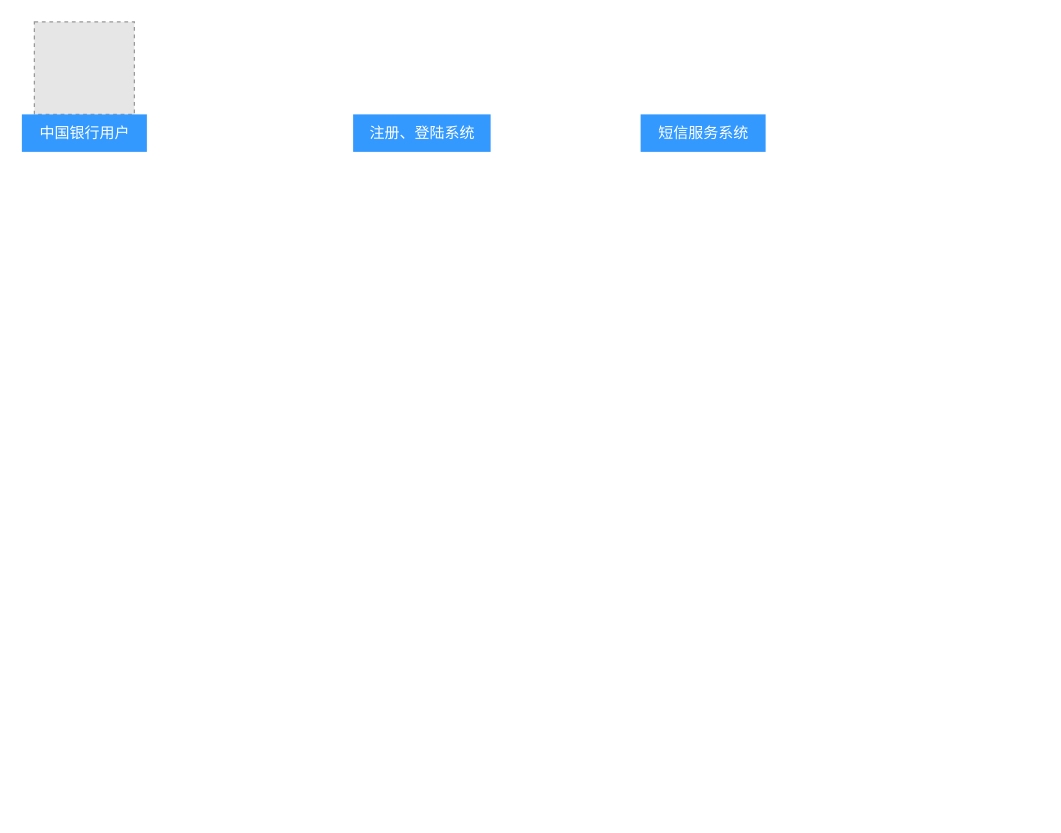
Before: 流程图.drawio in Foward-Fu/Demo, a draw.io diagram. Source tidied: cells renumbered, new cells numbered last; positions are measured from the earlier drawing's top-left corner, leaving out a move shared by most shapes. Both pictures are drawn from the tidied source at 125%, with x=0, y=0 at pixel (21, 21). Pictures stored in the file or linked from it are replaced by grey dashed boxes.
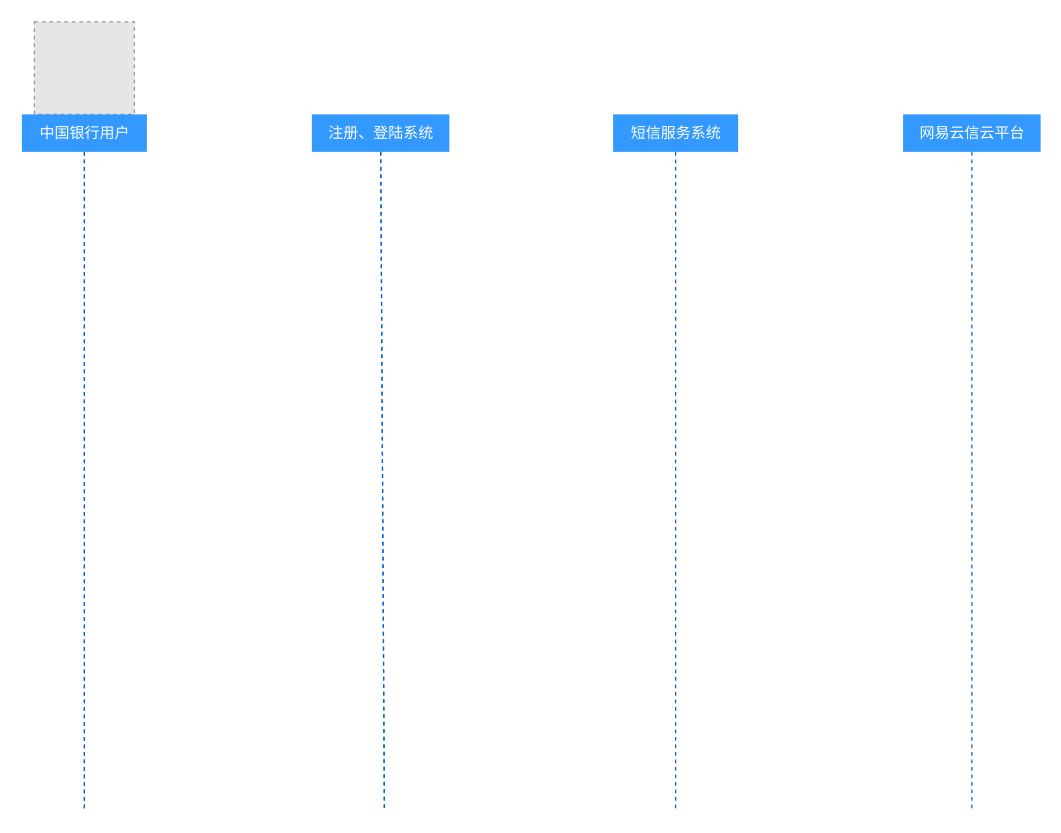
The same diagram, later.

Commit message (it also covers changes not shown here):
更新流程图.drawio

Change to the diagram source:
```diff
@@
 <mxGraphModel>
   <root>
     <mxCell id="0" />
     <mxCell id="1" parent="0" />
     <mxCell id="2" style="fillColor=#E6E6E6;strokeColor=#999999;dashed=1;verticalLabelPosition=bottom;labelBackgroundColor=#ffffff;verticalAlign=top;" parent="1" vertex="1">
       <mxGeometry x="10" width="80" height="74" as="geometry" />
     </mxCell>
+    <mxCell id="6" style="edgeStyle=none;rounded=0;jettySize=auto;html=1;fontColor=#FFFFFF;startArrow=none;startFill=0;endArrow=none;endFill=0;dashed=1;strokeColor=#0066CC;" parent="1" edge="1" source="3">
+      <mxGeometry relative="1" as="geometry">
+        <mxPoint x="50" y="630" as="targetPoint" />
+      </mxGeometry>
+    </mxCell>
     <mxCell id="3" value="&lt;font color=&quot;#ffffff&quot;&gt;中国银行用户&lt;/font&gt;" style="text;html=1;align=center;verticalAlign=middle;points=[];fillColor=#3399FF;strokeColor=none;rounded=0;" parent="1" vertex="1">
       <mxGeometry y="74" width="100" height="30" as="geometry" />
     </mxCell>
+    <mxCell id="7" style="edgeStyle=none;rounded=0;jettySize=auto;html=1;dashed=1;fontColor=#FFFFFF;startArrow=none;startFill=0;endArrow=none;endFill=0;strokeColor=#0066CC;" parent="1" edge="1" source="4">
+      <mxGeometry relative="1" as="geometry">
+        <mxPoint x="290" y="630" as="targetPoint" />
+      </mxGeometry>
+    </mxCell>
     <mxCell id="4" value="&lt;font color=&quot;#ffffff&quot;&gt;注册、登陆系统&lt;/font&gt;" style="text;html=1;align=center;verticalAlign=middle;points=[];fillColor=#3399FF;strokeColor=none;rounded=0;" parent="1" vertex="1">
-      <mxGeometry x="265" y="74" width="110" height="30" as="geometry" />
+      <mxGeometry x="232" y="74" width="110" height="30" as="geometry" />
     </mxCell>
+    <mxCell id="8" style="edgeStyle=none;rounded=0;jettySize=auto;html=1;dashed=1;fontColor=#FFFFFF;startArrow=none;startFill=0;endArrow=none;endFill=0;strokeColor=#0066CC;" parent="1" edge="1" source="5">
+      <mxGeometry relative="1" as="geometry">
+        <mxPoint x="523" y="630" as="targetPoint" />
+      </mxGeometry>
+    </mxCell>
     <mxCell id="5" value="&lt;font color=&quot;#ffffff&quot;&gt;短信服务系统&lt;/font&gt;" style="text;html=1;align=center;verticalAlign=middle;points=[];fillColor=#3399FF;strokeColor=none;rounded=0;" parent="1" vertex="1">
-      <mxGeometry x="495" y="74" width="100" height="30" as="geometry" />
+      <mxGeometry x="473" y="74" width="100" height="30" as="geometry" />
     </mxCell>
+    <mxCell id="9" style="edgeStyle=none;rounded=0;jettySize=auto;html=1;dashed=1;fontColor=#FFFFFF;startArrow=none;startFill=0;endArrow=none;endFill=0;strokeColor=#0066CC;" parent="1" edge="1" source="10">
+      <mxGeometry relative="1" as="geometry">
+        <mxPoint x="760" y="630" as="targetPoint" />
+      </mxGeometry>
+    </mxCell>
+    <mxCell id="10" value="&lt;font color=&quot;#ffffff&quot;&gt;网易云信云平台&lt;/font&gt;" style="text;html=1;align=center;verticalAlign=middle;points=[];fillColor=#3399FF;strokeColor=none;rounded=0;" parent="1" vertex="1">
+      <mxGeometry x="705" y="74" width="110" height="30" as="geometry" />
+    </mxCell>
+    <mxCell id="11" style="edgeStyle=none;rounded=0;orthogonalLoop=1;jettySize=auto;html=1;fontColor=#FFFFFF;startArrow=none;startFill=0;endArrow=none;endFill=0;dashed=1;strokeColor=#0066CC;" parent="1" edge="1">
+      <mxGeometry relative="1" as="geometry">
+        <mxPoint x="50" y="104" as="sourcePoint" />
+        <mxPoint x="50" y="630" as="targetPoint" />
+      </mxGeometry>
+    </mxCell>
+    <mxCell id="12" style="edgeStyle=none;rounded=0;orthogonalLoop=1;jettySize=auto;html=1;dashed=1;fontColor=#FFFFFF;startArrow=none;startFill=0;endArrow=none;endFill=0;strokeColor=#0066CC;" parent="1" edge="1">
+      <mxGeometry relative="1" as="geometry">
+        <mxPoint x="287.1" y="104" as="sourcePoint" />
+        <mxPoint x="290" y="630" as="targetPoint" />
+      </mxGeometry>
+    </mxCell>
   </root>
 </mxGraphModel>
```
